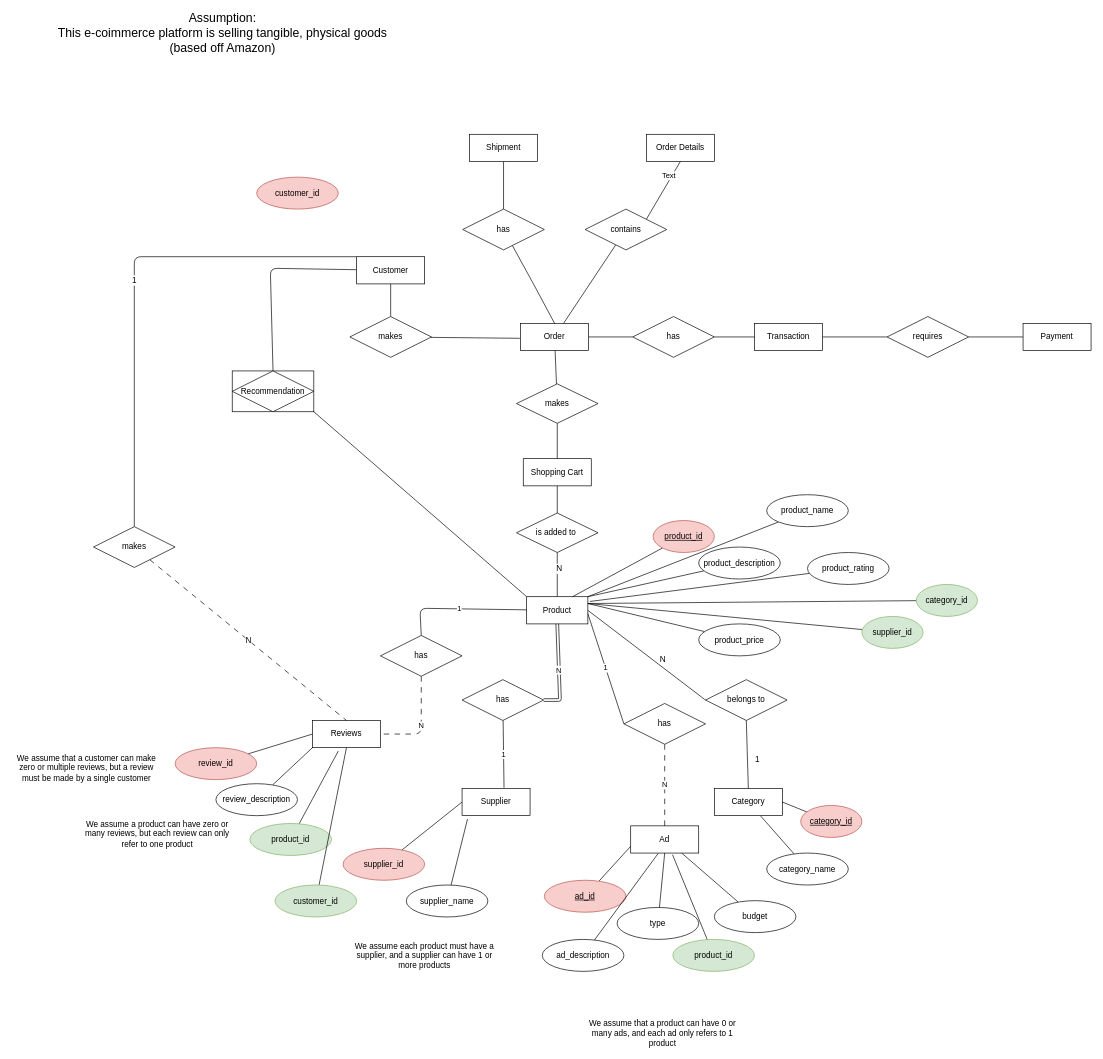
Before: E_R_Diagram/Jeanne_ER (WIP).drawio in diego-karsa/Data-Management-Group-15, a draw.io diagram. Source tidied: cells renumbered, new cells numbered last; positions are measured from the earlier drawing's top-left corner, leaving out a move shared by most shapes. Both pictures are drawn from the tidied source at 68%, with x=0, y=0 at pixel (12, 23).
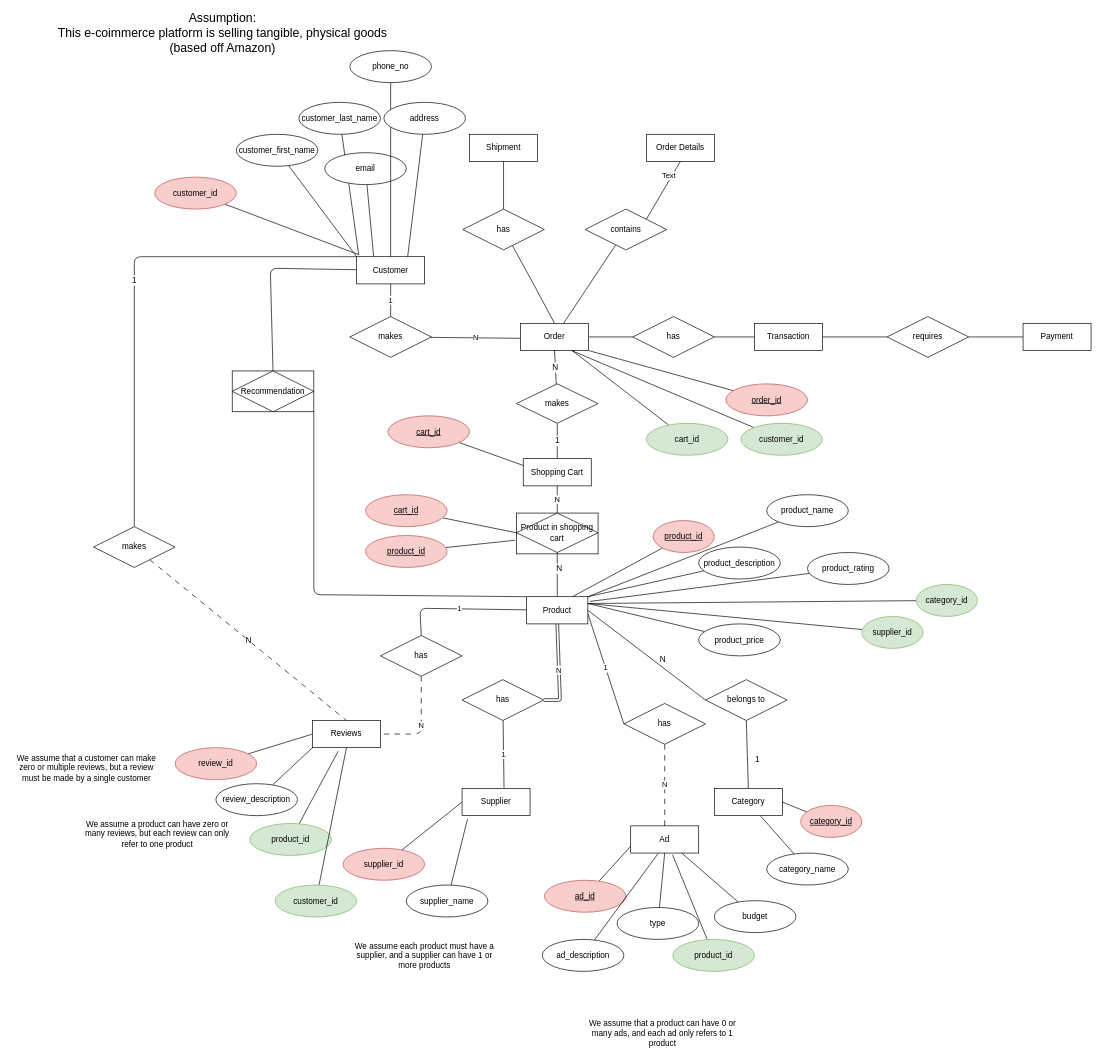
The same diagram, later.

The change refers to these unchanged cells:
```xml
<mxCell id="4" value="Customer" style="whiteSpace=wrap;html=1;align=center;" parent="1" vertex="1">
  <mxGeometry x="507" y="343" width="100" height="40" as="geometry" />
</mxCell>
<mxCell id="9" value="Product" style="whiteSpace=wrap;html=1;align=center;" parent="1" vertex="1">
  <mxGeometry x="757" y="843" width="90" height="40" as="geometry" />
</mxCell>
<mxCell id="11" value="Order" style="whiteSpace=wrap;html=1;align=center;" parent="1" vertex="1">
  <mxGeometry x="748" y="441" width="100" height="40" as="geometry" />
</mxCell>
<mxCell id="26" value="Shopping Cart" style="whiteSpace=wrap;html=1;align=center;" parent="1" vertex="1">
  <mxGeometry x="752" y="640" width="100" height="40" as="geometry" />
</mxCell>
<mxCell id="30" style="rounded=0;whiteSpace=wrap;html=1;" parent="1" vertex="1">
  <mxGeometry x="324" y="511" width="120" height="60" as="geometry" />
</mxCell>
<mxCell id="43" value="makes" style="shape=rhombus;perimeter=rhombusPerimeter;whiteSpace=wrap;html=1;align=center;" parent="1" vertex="1">
  <mxGeometry x="497" y="431" width="120" height="60" as="geometry" />
</mxCell>
<mxCell id="56" value="makes" style="shape=rhombus;perimeter=rhombusPerimeter;whiteSpace=wrap;html=1;align=center;" parent="1" vertex="1">
  <mxGeometry x="742" y="530" width="120" height="58" as="geometry" />
</mxCell>
```

Change to the diagram source:
```diff
@@
+    <mxCell id="104" style="rounded=0;whiteSpace=wrap;html=1;fontSize=12;" parent="1" vertex="1">
+      <mxGeometry x="742" y="720" width="120" height="60" as="geometry" />
+    </mxCell>
-    <mxCell id="2" style="edgeStyle=none;html=1;entryX=0.5;entryY=0;entryDx=0;entryDy=0;endArrow=none;endFill=0;" parent="1" edge="1" source="4" target="43">
+    <mxCell id="2" value="1" style="edgeStyle=none;html=1;entryX=0.5;entryY=0;entryDx=0;entryDy=0;endArrow=none;endFill=0;" parent="1" edge="1" source="4" target="43">
       <mxGeometry relative="1" as="geometry" />
     </mxCell>
@@
-    <mxCell id="25" style="edgeStyle=none;html=1;fontSize=18;endArrow=none;endFill=0;" parent="1" edge="1" source="26" target="56">
+    <mxCell id="25" value="1" style="edgeStyle=none;html=1;fontSize=12;endArrow=none;endFill=0;" parent="1" edge="1" source="26" target="56">
       <mxGeometry relative="1" as="geometry" />
     </mxCell>
@@
     <mxCell id="31" style="edgeStyle=none;html=1;entryX=0;entryY=0;entryDx=0;entryDy=0;exitX=1;exitY=1;exitDx=0;exitDy=0;endArrow=none;endFill=0;" parent="1" edge="1" source="30" target="9">
-      <mxGeometry relative="1" as="geometry" />
+      <mxGeometry relative="1" as="geometry">
+        <Array as="points">
+          <mxPoint x="444" y="840" />
+        </Array>
+      </mxGeometry>
     </mxCell>
@@
-    <mxCell id="38" style="edgeStyle=none;html=1;endArrow=none;endFill=0;" parent="1" edge="1" source="39" target="26">
+    <mxCell id="38" value="N" style="edgeStyle=none;html=1;endArrow=none;endFill=0;" parent="1" edge="1" source="39" target="26">
       <mxGeometry relative="1" as="geometry" />
     </mxCell>
-    <mxCell id="39" value="is added to&amp;nbsp;" style="shape=rhombus;perimeter=rhombusPerimeter;whiteSpace=wrap;html=1;align=center;" parent="1" vertex="1">
+    <mxCell id="39" value="Product in shopping cart" style="shape=rhombus;perimeter=rhombusPerimeter;whiteSpace=wrap;html=1;align=center;" parent="1" vertex="1">
       <mxGeometry x="742" y="720" width="120" height="58" as="geometry" />
     </mxCell>
@@
-    <mxCell id="42" style="edgeStyle=none;html=1;endArrow=none;endFill=0;" parent="1" edge="1" source="43">
+    <mxCell id="42" value="N" style="edgeStyle=none;html=1;endArrow=none;endFill=0;" parent="1" edge="1" source="43">
       <mxGeometry relative="1" as="geometry">
         <mxPoint x="747" y="463" as="targetPoint" />
       </mxGeometry>
     </mxCell>
@@
-    <mxCell id="55" style="edgeStyle=none;html=1;fontSize=18;endArrow=none;endFill=0;" parent="1" edge="1" source="56" target="11">
+    <mxCell id="55" value="N" style="edgeStyle=none;html=1;fontSize=12;endArrow=none;endFill=0;entryX=0.5;entryY=1;entryDx=0;entryDy=0;" parent="1" edge="1" source="56" target="11">
       <mxGeometry relative="1" as="geometry" />
     </mxCell>
@@
+    <mxCell id="105" style="edgeStyle=none;html=1;fontSize=12;endArrow=none;endFill=0;" parent="1" edge="1" source="103">
+      <mxGeometry relative="1" as="geometry">
+        <mxPoint x="510" y="340" as="targetPoint" />
+      </mxGeometry>
+    </mxCell>
     <mxCell id="103" value="customer_id" style="ellipse;whiteSpace=wrap;html=1;fontSize=12;fillColor=#f8cecc;strokeColor=#b85450;" parent="1" vertex="1">
-      <mxGeometry x="360" y="226" width="120" height="47" as="geometry" />
+      <mxGeometry x="210" y="226" width="120" height="47" as="geometry" />
     </mxCell>
+    <mxCell id="106" style="edgeStyle=none;html=1;entryX=0;entryY=0;entryDx=0;entryDy=0;fontSize=12;endArrow=none;endFill=0;" parent="1" edge="1" source="107" target="4">
+      <mxGeometry relative="1" as="geometry" />
+    </mxCell>
+    <mxCell id="107" value="customer_first_name" style="ellipse;whiteSpace=wrap;html=1;fontSize=12;" parent="1" vertex="1">
+      <mxGeometry x="330" y="163" width="120" height="47" as="geometry" />
+    </mxCell>
+    <mxCell id="108" style="edgeStyle=none;html=1;fontSize=12;endArrow=none;endFill=0;" parent="1" edge="1" source="109">
+      <mxGeometry relative="1" as="geometry">
+        <mxPoint x="510" y="340" as="targetPoint" />
+      </mxGeometry>
+    </mxCell>
+    <mxCell id="109" value="customer_last_name" style="ellipse;whiteSpace=wrap;html=1;fontSize=12;" parent="1" vertex="1">
+      <mxGeometry x="422" y="116" width="120" height="47" as="geometry" />
+    </mxCell>
+    <mxCell id="110" style="edgeStyle=none;html=1;entryX=0.25;entryY=0;entryDx=0;entryDy=0;fontSize=12;endArrow=none;endFill=0;" parent="1" edge="1" source="111" target="4">
+      <mxGeometry relative="1" as="geometry" />
+    </mxCell>
+    <mxCell id="111" value="email" style="ellipse;whiteSpace=wrap;html=1;fontSize=12;" parent="1" vertex="1">
+      <mxGeometry x="460" y="190" width="120" height="47" as="geometry" />
+    </mxCell>
+    <mxCell id="112" style="edgeStyle=none;html=1;fontSize=12;endArrow=none;endFill=0;" parent="1" edge="1" source="113" target="4">
+      <mxGeometry relative="1" as="geometry" />
+    </mxCell>
+    <mxCell id="113" value="phone_no" style="ellipse;whiteSpace=wrap;html=1;fontSize=12;" parent="1" vertex="1">
+      <mxGeometry x="497" y="40" width="120" height="47" as="geometry" />
+    </mxCell>
+    <mxCell id="114" style="edgeStyle=none;html=1;entryX=0.75;entryY=0;entryDx=0;entryDy=0;fontSize=12;endArrow=none;endFill=0;" parent="1" edge="1" source="115" target="4">
+      <mxGeometry relative="1" as="geometry" />
+    </mxCell>
+    <mxCell id="115" value="address" style="ellipse;whiteSpace=wrap;html=1;fontSize=12;" parent="1" vertex="1">
+      <mxGeometry x="547" y="116" width="120" height="47" as="geometry" />
+    </mxCell>
+    <mxCell id="116" style="edgeStyle=none;html=1;entryX=1;entryY=1;entryDx=0;entryDy=0;fontSize=12;endArrow=none;endFill=0;" parent="1" edge="1" source="117" target="11">
+      <mxGeometry relative="1" as="geometry" />
+    </mxCell>
+    <mxCell id="117" value="order_id" style="ellipse;whiteSpace=wrap;html=1;fontSize=12;fillColor=#f8cecc;strokeColor=#b85450;fontStyle=4;" parent="1" vertex="1">
+      <mxGeometry x="1050" y="530" width="120" height="47" as="geometry" />
+    </mxCell>
+    <mxCell id="118" style="edgeStyle=none;html=1;entryX=0.75;entryY=1;entryDx=0;entryDy=0;fontSize=12;endArrow=none;endFill=0;" parent="1" edge="1" source="119" target="11">
+      <mxGeometry relative="1" as="geometry" />
+    </mxCell>
+    <mxCell id="119" value="customer_id" style="ellipse;whiteSpace=wrap;html=1;fontSize=12;fillColor=#d5e8d4;strokeColor=#82b366;" parent="1" vertex="1">
+      <mxGeometry x="1072" y="588" width="120" height="47" as="geometry" />
+    </mxCell>
+    <mxCell id="120" style="edgeStyle=none;html=1;entryX=0;entryY=0.25;entryDx=0;entryDy=0;fontSize=12;endArrow=none;endFill=0;" parent="1" edge="1" source="121" target="26">
+      <mxGeometry relative="1" as="geometry" />
+    </mxCell>
+    <mxCell id="121" value="cart_id" style="ellipse;whiteSpace=wrap;html=1;fontSize=12;fillColor=#f8cecc;strokeColor=#b85450;fontStyle=4;" parent="1" vertex="1">
+      <mxGeometry x="553" y="577" width="120" height="47" as="geometry" />
+    </mxCell>
+    <mxCell id="122" style="edgeStyle=none;html=1;entryX=0;entryY=0.5;entryDx=0;entryDy=0;fontSize=12;endArrow=none;endFill=0;" parent="1" edge="1" source="123" target="39">
+      <mxGeometry relative="1" as="geometry" />
+    </mxCell>
+    <mxCell id="123" value="cart_id" style="ellipse;whiteSpace=wrap;html=1;fontSize=12;fillColor=#f8cecc;strokeColor=#b85450;fontStyle=4;" parent="1" vertex="1">
+      <mxGeometry x="520" y="693" width="120" height="47" as="geometry" />
+    </mxCell>
+    <mxCell id="124" style="edgeStyle=none;html=1;fontSize=12;endArrow=none;endFill=0;" parent="1" edge="1" source="125">
+      <mxGeometry relative="1" as="geometry">
+        <mxPoint x="740" y="760" as="targetPoint" />
+      </mxGeometry>
+    </mxCell>
+    <mxCell id="125" value="product_id" style="ellipse;whiteSpace=wrap;html=1;fontSize=12;fillColor=#f8cecc;strokeColor=#b85450;fontStyle=4;" parent="1" vertex="1">
+      <mxGeometry x="520" y="753" width="120" height="47" as="geometry" />
+    </mxCell>
+    <mxCell id="126" style="edgeStyle=none;html=1;fontSize=12;endArrow=none;endFill=0;" parent="1" edge="1" source="127" target="11">
+      <mxGeometry relative="1" as="geometry" />
+    </mxCell>
+    <mxCell id="127" value="cart_id" style="ellipse;whiteSpace=wrap;html=1;fontSize=12;fillColor=#d5e8d4;strokeColor=#82b366;" parent="1" vertex="1">
+      <mxGeometry x="933" y="588" width="120" height="47" as="geometry" />
+    </mxCell>
```
